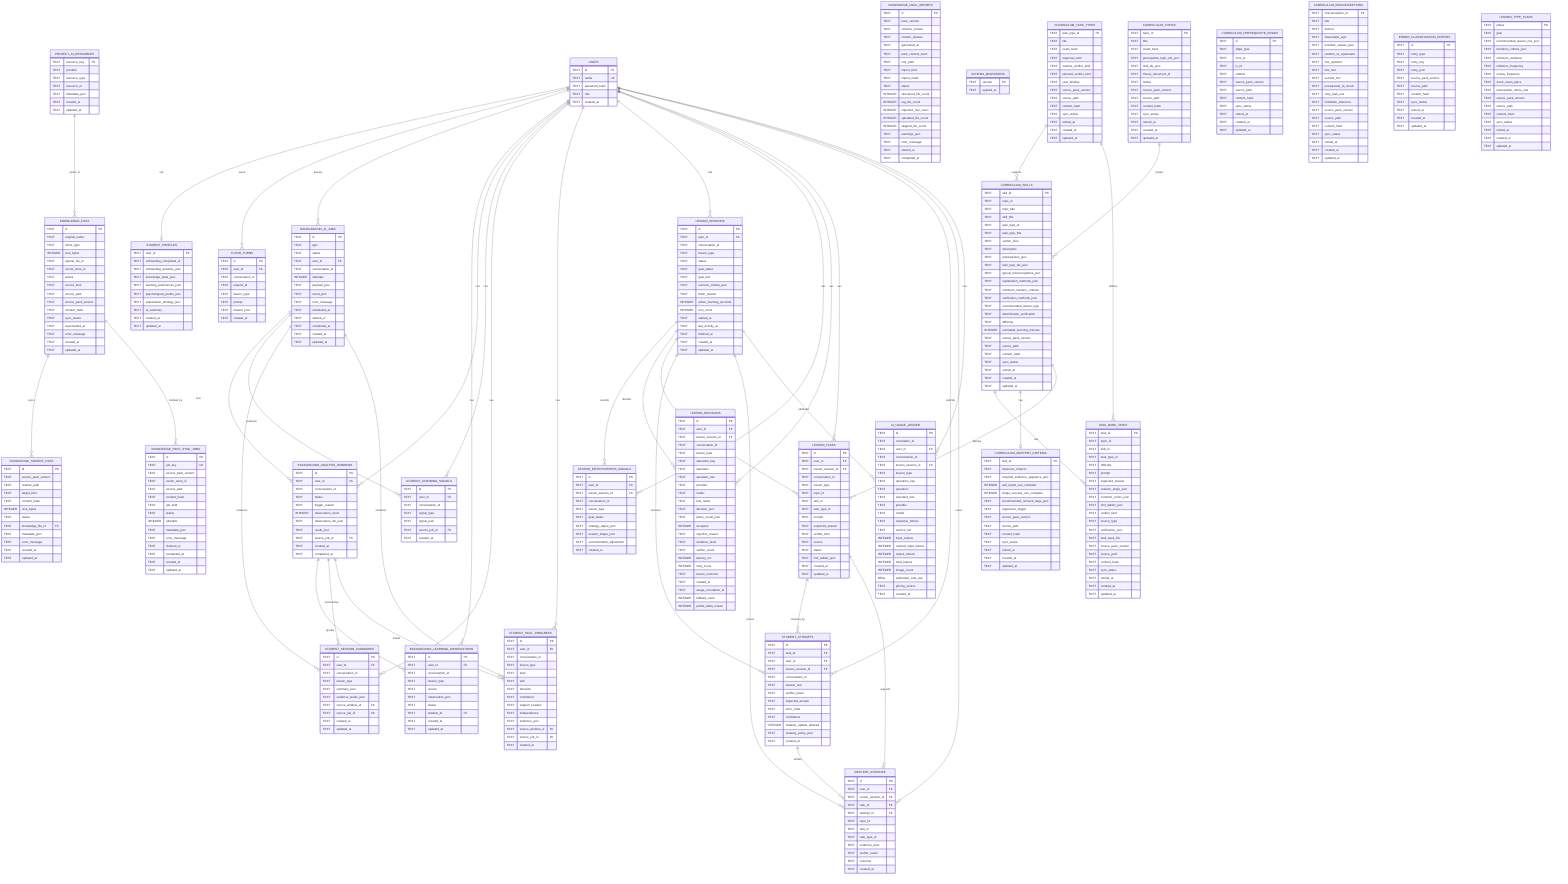
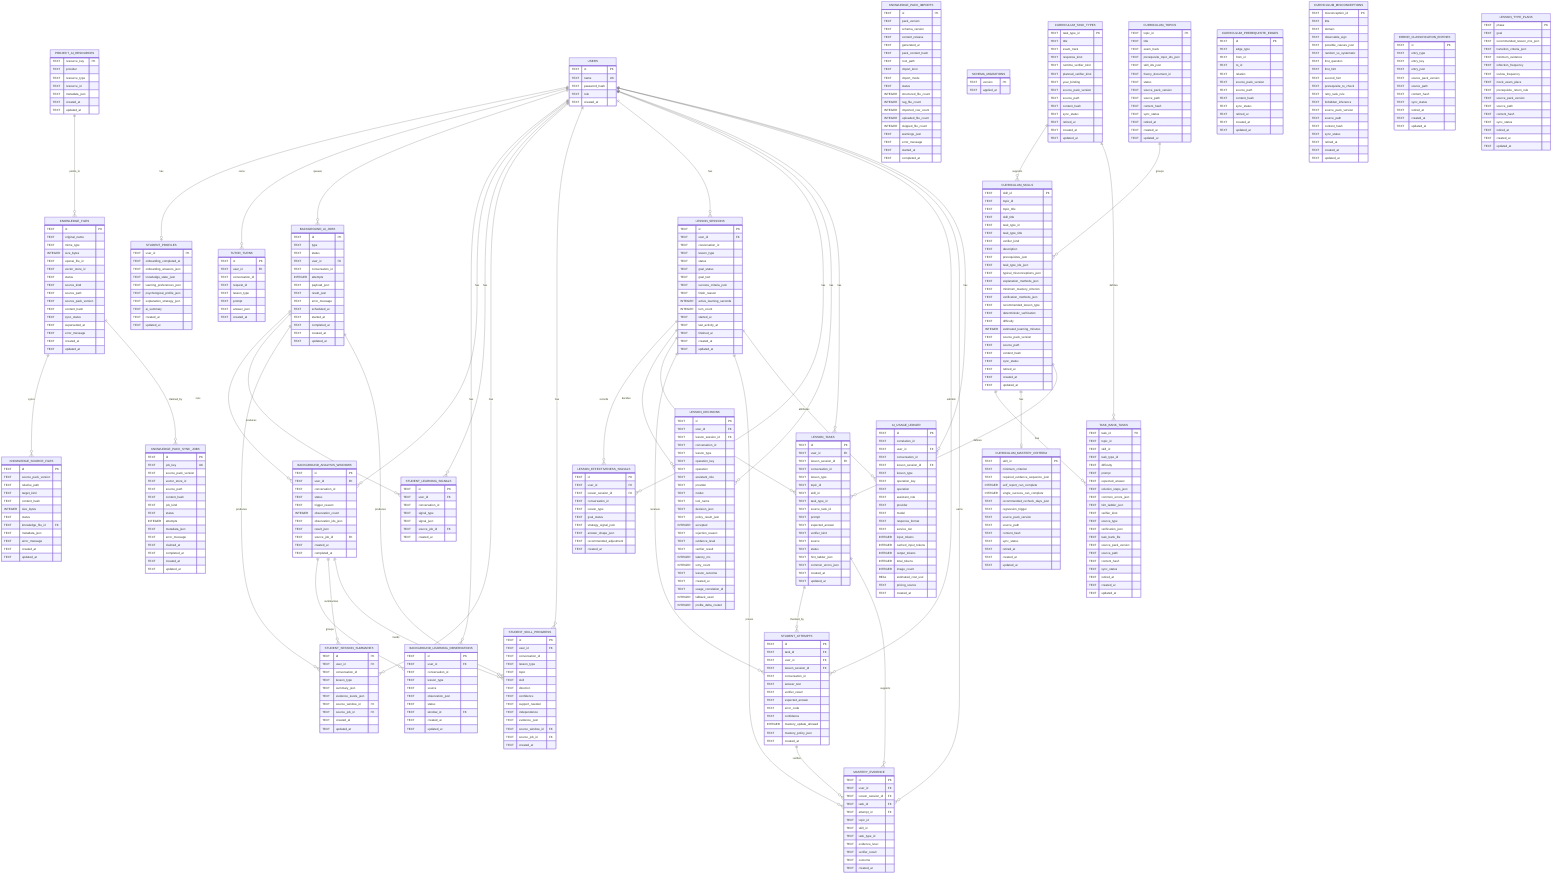
erDiagram
  USERS {
    TEXT id PK
    TEXT name UK
    TEXT password_hash
    TEXT role
    TEXT created_at
  }

  KNOWLEDGE_FILES {
    TEXT id PK
    TEXT original_name
    TEXT mime_type
    INTEGER size_bytes
    TEXT openai_file_id
    TEXT vector_store_id
    TEXT status
    TEXT source_kind
    TEXT source_path
    TEXT source_pack_version
    TEXT content_hash
    TEXT sync_status
    TEXT superseded_at
    TEXT error_message
    TEXT created_at
    TEXT updated_at
  }

  PROJECT_AI_RESOURCES {
    TEXT resource_key PK
    TEXT provider
    TEXT resource_type
    TEXT resource_id
    TEXT metadata_json
    TEXT created_at
    TEXT updated_at
  }

  KNOWLEDGE_SOURCE_FILES {
    TEXT id PK
    TEXT source_pack_version
    TEXT relative_path
    TEXT target_kind
    TEXT content_hash
    INTEGER size_bytes
    TEXT status
    TEXT knowledge_file_id FK
    TEXT metadata_json
    TEXT error_message
    TEXT created_at
    TEXT updated_at
  }

  KNOWLEDGE_PACK_IMPORTS {
    TEXT id PK
    TEXT pack_version
    TEXT schema_version
    TEXT content_release
    TEXT generated_at
    TEXT pack_content_hash
    TEXT root_path
    TEXT import_kind
    TEXT import_mode
    TEXT status
    INTEGER structured_file_count
    INTEGER rag_file_count
    INTEGER imported_row_count
    INTEGER uploaded_file_count
    INTEGER skipped_file_count
    TEXT warnings_json
    TEXT error_message
    TEXT started_at
    TEXT completed_at
  }

  KNOWLEDGE_PACK_SYNC_JOBS {
    TEXT id PK
    TEXT job_key UK
    TEXT source_pack_version
    TEXT vector_store_id
    TEXT source_path
    TEXT content_hash
    TEXT job_kind
    TEXT status
    INTEGER attempts
    TEXT metadata_json
    TEXT error_message
    TEXT claimed_at
    TEXT completed_at
    TEXT created_at
    TEXT updated_at
  }

  SCHEMA_MIGRATIONS {
    TEXT version PK
    TEXT applied_at
  }

  STUDENT_PROFILES {
    TEXT user_id PK
    TEXT onboarding_completed_at
    TEXT onboarding_answers_json
    TEXT knowledge_state_json
    TEXT learning_preferences_json
    TEXT psychological_profile_json
    TEXT explanation_strategy_json
    TEXT ai_summary
    TEXT created_at
    TEXT updated_at
  }

  TUTOR_TURNS {
    TEXT id PK
    TEXT user_id FK
    TEXT conversation_id
    TEXT request_id
    TEXT lesson_type
    TEXT prompt
    TEXT answer_json
    TEXT created_at
  }

  BACKGROUND_AI_JOBS {
    TEXT id PK
    TEXT type
    TEXT status
    TEXT user_id FK
    TEXT conversation_id
    INTEGER attempts
    TEXT payload_json
    TEXT result_json
    TEXT error_message
    TEXT scheduled_at
    TEXT started_at
    TEXT completed_at
    TEXT created_at
    TEXT updated_at
  }

  BACKGROUND_LEARNING_OBSERVATIONS {
    TEXT id PK
    TEXT user_id FK
    TEXT conversation_id
    TEXT lesson_type
    TEXT source
    TEXT observation_json
    TEXT status
    TEXT window_id FK
    TEXT created_at
    TEXT updated_at
  }

  BACKGROUND_ANALYSIS_WINDOWS {
    TEXT id PK
    TEXT user_id FK
    TEXT conversation_id
    TEXT status
    TEXT trigger_reason
    INTEGER observation_count
    TEXT observation_ids_json
    TEXT result_json
    TEXT source_job_id FK
    TEXT created_at
    TEXT completed_at
  }

  STUDENT_LEARNING_SIGNALS {
    TEXT id PK
    TEXT user_id FK
    TEXT conversation_id
    TEXT signal_type
    TEXT signal_json
    TEXT source_job_id FK
    TEXT created_at
  }

  STUDENT_SESSION_SUMMARIES {
    TEXT id PK
    TEXT user_id FK
    TEXT conversation_id
    TEXT lesson_type
    TEXT summary_json
    TEXT evidence_levels_json
    TEXT source_window_id FK
    TEXT source_job_id FK
    TEXT created_at
    TEXT updated_at
  }

  STUDENT_SKILL_PROGRESS {
    TEXT id PK
    TEXT user_id FK
    TEXT conversation_id
    TEXT lesson_type
    TEXT topic
    TEXT skill
    TEXT direction
    TEXT confidence
    TEXT support_needed
    TEXT independence
    TEXT evidence_json
    TEXT source_window_id FK
    TEXT source_job_id FK
    TEXT created_at
  }

  LESSON_SESSIONS {
    TEXT id PK
    TEXT user_id FK
    TEXT conversation_id
    TEXT lesson_type
    TEXT status
    TEXT goal_status
    TEXT goal_text
    TEXT success_criteria_json
    TEXT finish_reason
    INTEGER active_learning_seconds
    INTEGER turn_count
    TEXT started_at
    TEXT last_activity_at
    TEXT finished_at
    TEXT created_at
    TEXT updated_at
  }

  LESSON_EFFECTIVENESS_SIGNALS {
    TEXT id PK
    TEXT user_id FK
    TEXT lesson_session_id FK
    TEXT conversation_id
    TEXT lesson_type
    TEXT goal_status
    TEXT strategy_signal_json
    TEXT answer_shape_json
    TEXT recommended_adjustment
    TEXT created_at
  }

  LESSON_DECISIONS {
    TEXT id PK
    TEXT user_id FK
    TEXT lesson_session_id FK
    TEXT conversation_id
    TEXT lesson_type
    TEXT operation_key
    TEXT operation
    TEXT assistant_role
    TEXT provider
    TEXT model
    TEXT tool_name
    TEXT decision_json
    TEXT policy_result_json
    INTEGER accepted
    TEXT rejection_reason
    TEXT evidence_level
    TEXT verifier_result
    INTEGER latency_ms
    INTEGER retry_count
    TEXT lesson_outcome
    TEXT created_at
    TEXT usage_correlation_id
    INTEGER fallback_used
    INTEGER profile_delta_routed
  }

  CURRICULUM_SKILLS {
    TEXT skill_id PK
    TEXT topic_id
    TEXT topic_title
    TEXT skill_title
    TEXT task_type_id
    TEXT task_type_title
    TEXT verifier_kind
    TEXT description
    TEXT prerequisites_json
    TEXT task_type_ids_json
    TEXT typical_misconceptions_json
    TEXT explanation_methods_json
    TEXT minimum_mastery_criterion
    TEXT verification_methods_json
    TEXT recommended_lesson_type
    TEXT deterministic_verification
    TEXT difficulty
    INTEGER estimated_learning_minutes
    TEXT source_pack_version
    TEXT source_path
    TEXT content_hash
    TEXT sync_status
    TEXT retired_at
    TEXT created_at
    TEXT updated_at
  }

  CURRICULUM_TOPICS {
    TEXT topic_id PK
    TEXT title
    TEXT exam_track
    TEXT prerequisite_topic_ids_json
    TEXT skill_ids_json
    TEXT theory_document_id
    TEXT status
    TEXT source_pack_version
    TEXT source_path
    TEXT content_hash
    TEXT sync_status
    TEXT retired_at
    TEXT created_at
    TEXT updated_at
  }

  CURRICULUM_TASK_TYPES {
    TEXT task_type_id PK
    TEXT title
    TEXT exam_track
    TEXT response_kind
    TEXT runtime_verifier_kind
    TEXT planned_verifier_kind
    TEXT year_binding
    TEXT source_pack_version
    TEXT source_path
    TEXT content_hash
    TEXT sync_status
    TEXT retired_at
    TEXT created_at
    TEXT updated_at
  }

  CURRICULUM_PREREQUISITE_EDGES {
    TEXT id PK
    TEXT edge_type
    TEXT from_id
    TEXT to_id
    TEXT relation
    TEXT source_pack_version
    TEXT source_path
    TEXT content_hash
    TEXT sync_status
    TEXT retired_at
    TEXT created_at
    TEXT updated_at
  }

  CURRICULUM_MASTERY_CRITERIA {
    TEXT skill_id PK
    TEXT minimum_criterion
    TEXT required_evidence_sequence_json
    INTEGER self_report_can_complete
    INTEGER single_success_can_complete
    TEXT recommended_recheck_days_json
    TEXT regression_trigger
    TEXT source_pack_version
    TEXT source_path
    TEXT content_hash
    TEXT sync_status
    TEXT retired_at
    TEXT created_at
    TEXT updated_at
  }

  CURRICULUM_MISCONCEPTIONS {
    TEXT misconception_id PK
    TEXT title
    TEXT domain
    TEXT observable_sign
    TEXT possible_causes_json
    TEXT random_vs_systematic
    TEXT first_question
    TEXT first_hint
    TEXT second_hint
    TEXT prerequisite_to_check
    TEXT retry_task_rule
    TEXT forbidden_inference
    TEXT source_pack_version
    TEXT source_path
    TEXT content_hash
    TEXT sync_status
    TEXT retired_at
    TEXT created_at
    TEXT updated_at
  }

  ERROR_CLASSIFICATION_ENTRIES {
    TEXT id PK
    TEXT entry_type
    TEXT entry_key
    TEXT entry_json
    TEXT source_pack_version
    TEXT source_path
    TEXT content_hash
    TEXT sync_status
    TEXT retired_at
    TEXT created_at
    TEXT updated_at
  }

  LESSON_TYPE_PLANS {
    TEXT phase PK
    TEXT goal
    TEXT recommended_lesson_mix_json
    TEXT transition_criteria_json
    TEXT minimum_evidence
    TEXT reflection_frequency
    TEXT review_frequency
    TEXT mock_exam_place
    TEXT prerequisite_return_rule
    TEXT source_pack_version
    TEXT source_path
    TEXT content_hash
    TEXT sync_status
    TEXT retired_at
    TEXT created_at
    TEXT updated_at
  }

  TASK_BANK_TASKS {
    TEXT task_id PK
    TEXT topic_id
    TEXT skill_id
    TEXT task_type_id
    TEXT difficulty
    TEXT prompt
    TEXT expected_answer
    TEXT solution_steps_json
    TEXT common_errors_json
    TEXT hint_ladder_json
    TEXT verifier_kind
    TEXT source_type
    TEXT verification_json
    TEXT task_bank_file
    TEXT source_pack_version
    TEXT source_path
    TEXT content_hash
    TEXT sync_status
    TEXT retired_at
    TEXT created_at
    TEXT updated_at
  }

  LESSON_TASKS {
    TEXT id PK
    TEXT user_id FK
    TEXT lesson_session_id FK
    TEXT conversation_id
    TEXT lesson_type
    TEXT topic_id
    TEXT skill_id
    TEXT task_type_id
+     TEXT source_task_id
    TEXT prompt
    TEXT expected_answer
    TEXT verifier_kind
    TEXT source
    TEXT status
    TEXT hint_ladder_json
+     TEXT common_errors_json
    TEXT created_at
    TEXT updated_at
  }

  STUDENT_ATTEMPTS {
    TEXT id PK
    TEXT task_id FK
    TEXT user_id FK
    TEXT lesson_session_id FK
    TEXT conversation_id
    TEXT answer_text
    TEXT verifier_result
    TEXT expected_answer
    TEXT error_code
    TEXT confidence
    INTEGER mastery_update_allowed
    TEXT mastery_policy_json
    TEXT created_at
  }

  MASTERY_EVIDENCE {
    TEXT id PK
    TEXT user_id FK
    TEXT lesson_session_id FK
    TEXT task_id FK
    TEXT attempt_id FK
    TEXT topic_id
    TEXT skill_id
    TEXT task_type_id
    TEXT evidence_level
    TEXT verifier_result
    TEXT outcome
    TEXT created_at
  }

  AI_USAGE_LEDGER {
    TEXT id PK
    TEXT correlation_id
    TEXT user_id FK
    TEXT conversation_id
    TEXT lesson_session_id FK
    TEXT lesson_type
    TEXT operation_key
    TEXT operation
    TEXT assistant_role
    TEXT provider
    TEXT model
    TEXT response_format
    TEXT service_tier
    INTEGER input_tokens
    INTEGER cached_input_tokens
    INTEGER output_tokens
    INTEGER total_tokens
    INTEGER image_count
    REAL estimated_cost_usd
    TEXT pricing_source
    TEXT created_at
  }

  USERS ||--o| STUDENT_PROFILES : has
  USERS ||--o{ TUTOR_TURNS : owns
  USERS ||--o{ BACKGROUND_AI_JOBS : queues
  USERS ||--o{ BACKGROUND_LEARNING_OBSERVATIONS : has
  USERS ||--o{ BACKGROUND_ANALYSIS_WINDOWS : has
  USERS ||--o{ STUDENT_LEARNING_SIGNALS : has
  USERS ||--o{ STUDENT_SESSION_SUMMARIES : has
  USERS ||--o{ STUDENT_SKILL_PROGRESS : has
  USERS ||--o{ LESSON_SESSIONS : has
  USERS ||--o{ LESSON_EFFECTIVENESS_SIGNALS : has
  USERS ||--o{ LESSON_DECISIONS : has
  USERS ||--o{ LESSON_TASKS : has
  USERS ||--o{ STUDENT_ATTEMPTS : submits
  USERS ||--o{ MASTERY_EVIDENCE : earns
  USERS ||--o{ AI_USAGE_LEDGER : has
  KNOWLEDGE_FILES ||--o{ KNOWLEDGE_SOURCE_FILES : syncs
  KNOWLEDGE_FILES ||--o{ KNOWLEDGE_PACK_SYNC_JOBS : claimed_by
  PROJECT_AI_RESOURCES ||--o{ KNOWLEDGE_FILES : points_to
  LESSON_SESSIONS ||--o{ LESSON_EFFECTIVENESS_SIGNALS : records
  LESSON_SESSIONS ||--o{ LESSON_DECISIONS : decides
  LESSON_SESSIONS ||--o{ LESSON_TASKS : assigns
  LESSON_SESSIONS ||--o{ STUDENT_ATTEMPTS : receives
  LESSON_SESSIONS ||--o{ MASTERY_EVIDENCE : proves
  LESSON_TASKS ||--o{ STUDENT_ATTEMPTS : checked_by
  LESSON_TASKS ||--o{ MASTERY_EVIDENCE : supports
  STUDENT_ATTEMPTS ||--o{ MASTERY_EVIDENCE : verifies
  CURRICULUM_TOPICS ||--o{ CURRICULUM_SKILLS : groups
  CURRICULUM_TASK_TYPES ||--o{ CURRICULUM_SKILLS : supports
  CURRICULUM_SKILLS ||--o{ TASK_BANK_TASKS : has
  CURRICULUM_TASK_TYPES ||--o{ TASK_BANK_TASKS : defines
  CURRICULUM_SKILLS ||--o| CURRICULUM_MASTERY_CRITERIA : has
  CURRICULUM_SKILLS ||--o{ LESSON_TASKS : defines
  LESSON_SESSIONS ||--o{ AI_USAGE_LEDGER : attributes
  BACKGROUND_ANALYSIS_WINDOWS ||--o{ BACKGROUND_LEARNING_OBSERVATIONS : groups
  BACKGROUND_ANALYSIS_WINDOWS ||--o{ STUDENT_SESSION_SUMMARIES : summarizes
  BACKGROUND_ANALYSIS_WINDOWS ||--o{ STUDENT_SKILL_PROGRESS : trends
  BACKGROUND_AI_JOBS ||--o{ BACKGROUND_ANALYSIS_WINDOWS : runs
  BACKGROUND_AI_JOBS ||--o{ STUDENT_LEARNING_SIGNALS : produces
  BACKGROUND_AI_JOBS ||--o{ STUDENT_SESSION_SUMMARIES : produces
  BACKGROUND_AI_JOBS ||--o{ STUDENT_SKILL_PROGRESS : produces
